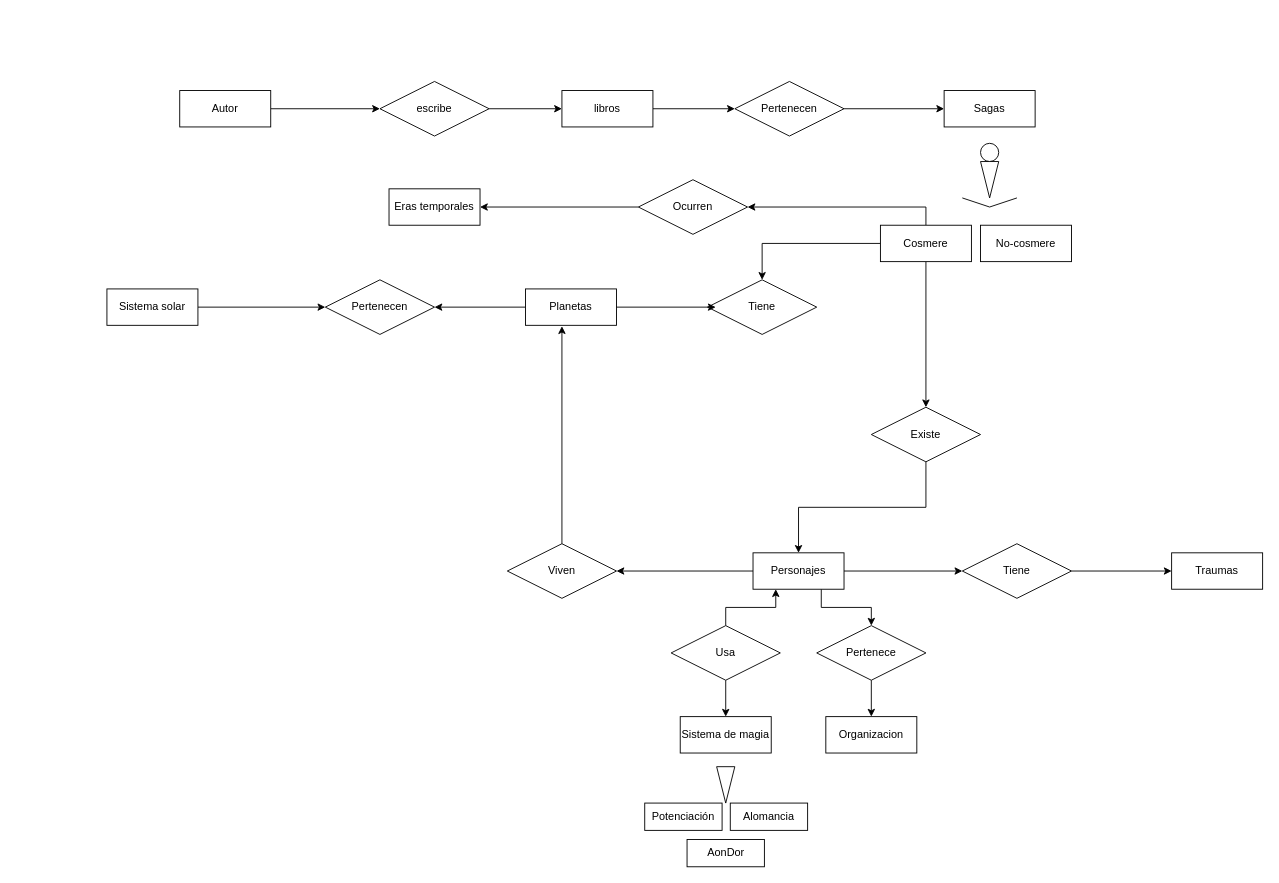
This is Diagrama sin título.drawio from IvanBL8/EntidadRelacionCosmere, a draw.io file, before an edit. Source tidied: cells renumbered, new cells numbered last; positions are measured from the earlier drawing's top-left corner, leaving out a move shared by most shapes. Both pictures are drawn from the tidied source at 91%, with x=0, y=0 at pixel (106, 81).
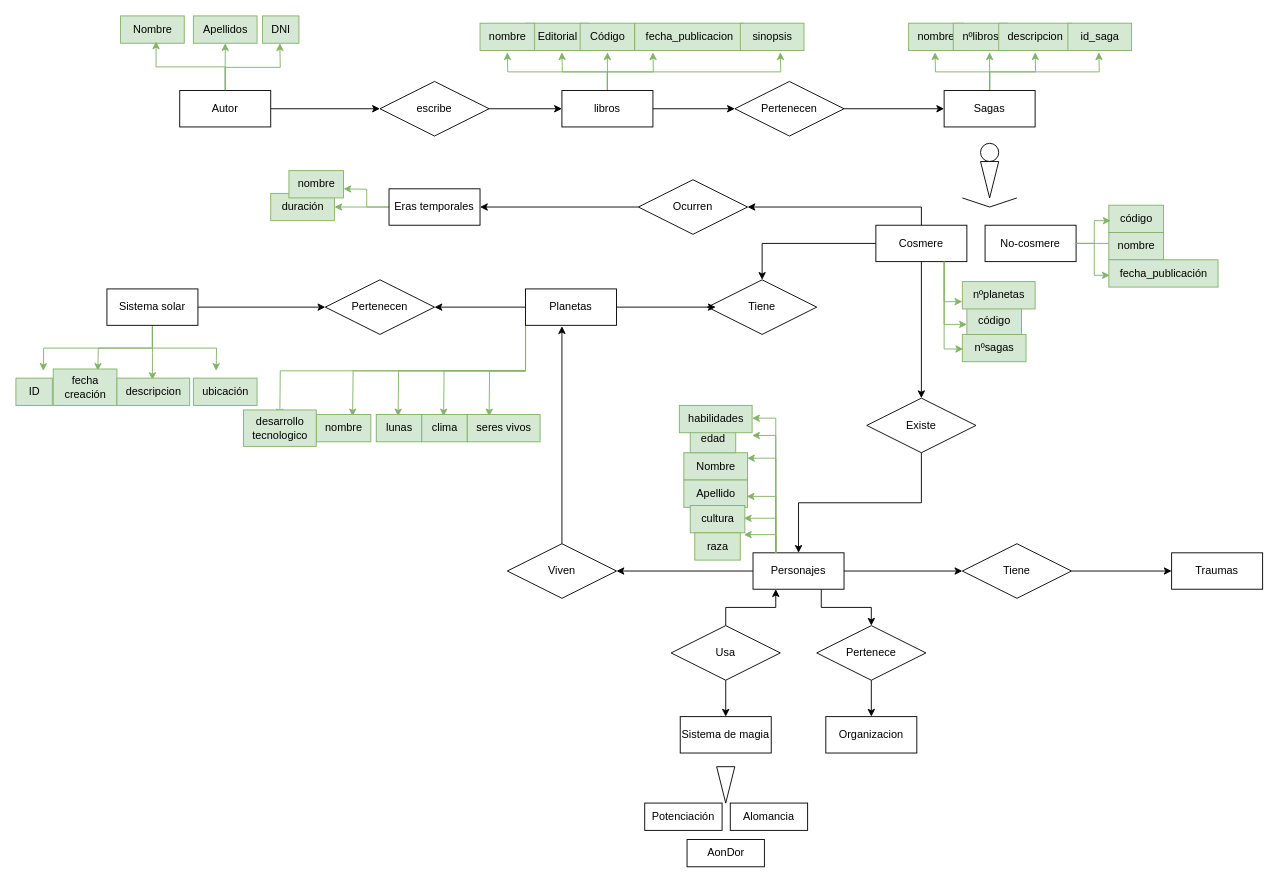
The same page after the edit.

The change refers to these unchanged cells:
```xml
<mxCell id="3" value="Autor" style="whiteSpace=wrap;html=1;align=center;" parent="1" vertex="1">
  <mxGeometry x="80" y="10" width="100" height="40" as="geometry" />
</mxCell>
<mxCell id="7" value="libros" style="whiteSpace=wrap;html=1;align=center;" parent="1" vertex="1">
  <mxGeometry x="500" y="10" width="100" height="40" as="geometry" />
</mxCell>
<mxCell id="10" value="Sagas" style="whiteSpace=wrap;html=1;align=center;" parent="1" vertex="1">
  <mxGeometry x="920" y="10" width="100" height="40" as="geometry" />
</mxCell>
<mxCell id="21" value="Planetas" style="whiteSpace=wrap;html=1;align=center;" parent="1" vertex="1">
  <mxGeometry x="460" y="228" width="100" height="40" as="geometry" />
</mxCell>
<mxCell id="25" value="Sistema solar" style="whiteSpace=wrap;html=1;align=center;" parent="1" vertex="1">
  <mxGeometry y="228" width="100" height="40" as="geometry" />
</mxCell>
<mxCell id="29" value="Personajes" style="whiteSpace=wrap;html=1;align=center;" parent="1" vertex="1">
  <mxGeometry x="710" y="518" width="100" height="40" as="geometry" />
</mxCell>
<mxCell id="42" value="Eras temporales" style="whiteSpace=wrap;html=1;align=center;" parent="1" vertex="1">
  <mxGeometry x="310" y="118" width="100" height="40" as="geometry" />
</mxCell>
```

Change to the diagram source:
```diff
@@
+    <mxCell id="51" style="edgeStyle=orthogonalEdgeStyle;rounded=0;jettySize=auto;html=1;exitX=0.5;exitY=0;exitDx=0;exitDy=0;fillColor=#d5e8d4;strokeColor=#82b366;" parent="1" edge="1" source="3">
+      <mxGeometry relative="1" as="geometry">
+        <mxPoint x="130" y="-42" as="targetPoint" />
+      </mxGeometry>
+    </mxCell>
+    <mxCell id="52" style="edgeStyle=orthogonalEdgeStyle;rounded=0;jettySize=auto;html=1;exitX=0.5;exitY=0;exitDx=0;exitDy=0;fillColor=#d5e8d4;strokeColor=#82b366;" parent="1" edge="1" source="3">
+      <mxGeometry relative="1" as="geometry">
+        <mxPoint x="190" y="-42" as="targetPoint" />
+      </mxGeometry>
+    </mxCell>
@@
+    <mxCell id="53" style="edgeStyle=orthogonalEdgeStyle;rounded=0;jettySize=auto;html=1;exitX=0.5;exitY=0;exitDx=0;exitDy=0;fillColor=#d5e8d4;strokeColor=#82b366;" parent="1" edge="1" source="7">
+      <mxGeometry relative="1" as="geometry">
+        <mxPoint x="550" y="-32" as="targetPoint" />
+      </mxGeometry>
+    </mxCell>
+    <mxCell id="54" style="edgeStyle=orthogonalEdgeStyle;rounded=0;jettySize=auto;html=1;exitX=0.5;exitY=0;exitDx=0;exitDy=0;fillColor=#d5e8d4;strokeColor=#82b366;" parent="1" edge="1" source="7">
+      <mxGeometry relative="1" as="geometry">
+        <mxPoint x="500" y="-32" as="targetPoint" />
+      </mxGeometry>
+    </mxCell>
+    <mxCell id="55" style="edgeStyle=orthogonalEdgeStyle;rounded=0;jettySize=auto;html=1;exitX=0.5;exitY=0;exitDx=0;exitDy=0;fillColor=#d5e8d4;strokeColor=#82b366;" parent="1" edge="1" source="7">
+      <mxGeometry relative="1" as="geometry">
+        <mxPoint x="600" y="-32" as="targetPoint" />
+      </mxGeometry>
+    </mxCell>
+    <mxCell id="56" style="edgeStyle=orthogonalEdgeStyle;rounded=0;jettySize=auto;html=1;exitX=0.5;exitY=0;exitDx=0;exitDy=0;fillColor=#d5e8d4;strokeColor=#82b366;" parent="1" edge="1" source="7">
+      <mxGeometry relative="1" as="geometry">
+        <mxPoint x="440" y="-32" as="targetPoint" />
+      </mxGeometry>
+    </mxCell>
+    <mxCell id="57" style="edgeStyle=orthogonalEdgeStyle;rounded=0;jettySize=auto;html=1;exitX=0.5;exitY=0;exitDx=0;exitDy=0;fillColor=#d5e8d4;strokeColor=#82b366;" parent="1" edge="1" source="7">
+      <mxGeometry relative="1" as="geometry">
+        <mxPoint x="740" y="-32" as="targetPoint" />
+      </mxGeometry>
+    </mxCell>
@@
+    <mxCell id="58" style="edgeStyle=orthogonalEdgeStyle;rounded=0;jettySize=auto;html=1;exitX=0.5;exitY=0;exitDx=0;exitDy=0;fillColor=#d5e8d4;strokeColor=#82b366;" parent="1" edge="1" source="10">
+      <mxGeometry relative="1" as="geometry">
+        <mxPoint x="970" y="-32" as="targetPoint" />
+      </mxGeometry>
+    </mxCell>
+    <mxCell id="59" style="edgeStyle=orthogonalEdgeStyle;rounded=0;jettySize=auto;html=1;exitX=0.5;exitY=0;exitDx=0;exitDy=0;fillColor=#d5e8d4;strokeColor=#82b366;" parent="1" edge="1" source="10">
+      <mxGeometry relative="1" as="geometry">
+        <mxPoint x="910" y="-32" as="targetPoint" />
+      </mxGeometry>
+    </mxCell>
+    <mxCell id="60" style="edgeStyle=orthogonalEdgeStyle;rounded=0;jettySize=auto;html=1;exitX=0.5;exitY=0;exitDx=0;exitDy=0;fillColor=#d5e8d4;strokeColor=#82b366;" parent="1" edge="1" source="10">
+      <mxGeometry relative="1" as="geometry">
+        <mxPoint x="1020" y="-32" as="targetPoint" />
+      </mxGeometry>
+    </mxCell>
+    <mxCell id="61" style="edgeStyle=orthogonalEdgeStyle;rounded=0;jettySize=auto;html=1;exitX=0.5;exitY=0;exitDx=0;exitDy=0;fillColor=#d5e8d4;strokeColor=#82b366;" parent="1" edge="1" source="10">
+      <mxGeometry relative="1" as="geometry">
+        <mxPoint x="1090" y="-32" as="targetPoint" />
+      </mxGeometry>
+    </mxCell>
@@
     <mxCell id="17" value="Cosmere" style="whiteSpace=wrap;html=1;align=center;" parent="1" vertex="1">
-      <mxGeometry x="850" y="158" width="100" height="40" as="geometry" />
+      <mxGeometry x="845" y="158" width="100" height="40" as="geometry" />
     </mxCell>
+    <mxCell id="62" style="edgeStyle=orthogonalEdgeStyle;rounded=0;jettySize=auto;html=1;exitX=1;exitY=0.5;exitDx=0;exitDy=0;fillColor=#d5e8d4;strokeColor=#82b366;" parent="1" edge="1" source="18">
+      <mxGeometry relative="1" as="geometry">
+        <mxPoint x="1110" y="178" as="targetPoint" />
+      </mxGeometry>
+    </mxCell>
     <mxCell id="18" value="No-cosmere" style="whiteSpace=wrap;html=1;align=center;" parent="1" vertex="1">
-      <mxGeometry x="960" y="158" width="100" height="40" as="geometry" />
+      <mxGeometry x="965" y="158" width="100" height="40" as="geometry" />
     </mxCell>
@@
+    <mxCell id="63" style="edgeStyle=orthogonalEdgeStyle;rounded=0;jettySize=auto;html=1;exitX=0;exitY=1;exitDx=0;exitDy=0;fillColor=#d5e8d4;strokeColor=#82b366;" parent="1" edge="1" source="21">
+      <mxGeometry relative="1" as="geometry">
+        <mxPoint x="270" y="368" as="targetPoint" />
+      </mxGeometry>
+    </mxCell>
+    <mxCell id="64" style="edgeStyle=orthogonalEdgeStyle;rounded=0;jettySize=auto;html=1;exitX=0;exitY=1;exitDx=0;exitDy=0;fillColor=#d5e8d4;strokeColor=#82b366;" parent="1" edge="1" source="21">
+      <mxGeometry relative="1" as="geometry">
+        <mxPoint x="320" y="368" as="targetPoint" />
+      </mxGeometry>
+    </mxCell>
+    <mxCell id="65" style="edgeStyle=orthogonalEdgeStyle;rounded=0;jettySize=auto;html=1;exitX=0;exitY=1;exitDx=0;exitDy=0;fillColor=#d5e8d4;strokeColor=#82b366;" parent="1" edge="1" source="21">
+      <mxGeometry relative="1" as="geometry">
+        <mxPoint x="370" y="368" as="targetPoint" />
+      </mxGeometry>
+    </mxCell>
+    <mxCell id="66" style="edgeStyle=orthogonalEdgeStyle;rounded=0;jettySize=auto;html=1;exitX=0;exitY=1;exitDx=0;exitDy=0;fillColor=#d5e8d4;strokeColor=#82b366;" parent="1" edge="1" source="21">
+      <mxGeometry relative="1" as="geometry">
+        <mxPoint x="420" y="368" as="targetPoint" />
+      </mxGeometry>
+    </mxCell>
+    <mxCell id="67" style="edgeStyle=orthogonalEdgeStyle;rounded=0;jettySize=auto;html=1;exitX=0;exitY=1;exitDx=0;exitDy=0;fillColor=#d5e8d4;strokeColor=#82b366;" parent="1" edge="1" source="21">
+      <mxGeometry relative="1" as="geometry">
+        <mxPoint x="190" y="368" as="targetPoint" />
+      </mxGeometry>
+    </mxCell>
@@
+    <mxCell id="68" style="edgeStyle=orthogonalEdgeStyle;rounded=0;jettySize=auto;html=1;exitX=0.5;exitY=1;exitDx=0;exitDy=0;fillColor=#d5e8d4;strokeColor=#82b366;" parent="1" edge="1" source="25">
+      <mxGeometry relative="1" as="geometry">
+        <mxPoint x="50" y="328" as="targetPoint" />
+      </mxGeometry>
+    </mxCell>
+    <mxCell id="69" style="edgeStyle=orthogonalEdgeStyle;rounded=0;jettySize=auto;html=1;exitX=0.5;exitY=1;exitDx=0;exitDy=0;fillColor=#d5e8d4;strokeColor=#82b366;" parent="1" edge="1" source="25">
+      <mxGeometry relative="1" as="geometry">
+        <mxPoint x="-70" y="318" as="targetPoint" />
+      </mxGeometry>
+    </mxCell>
+    <mxCell id="70" style="edgeStyle=orthogonalEdgeStyle;rounded=0;jettySize=auto;html=1;exitX=0.5;exitY=1;exitDx=0;exitDy=0;fillColor=#d5e8d4;strokeColor=#82b366;" parent="1" edge="1" source="25">
+      <mxGeometry relative="1" as="geometry">
+        <mxPoint x="-10" y="318" as="targetPoint" />
+      </mxGeometry>
+    </mxCell>
+    <mxCell id="71" style="edgeStyle=orthogonalEdgeStyle;rounded=0;jettySize=auto;html=1;exitX=0.5;exitY=1;exitDx=0;exitDy=0;fillColor=#d5e8d4;strokeColor=#82b366;" parent="1" edge="1" source="25">
+      <mxGeometry relative="1" as="geometry">
+        <mxPoint x="120" y="318" as="targetPoint" />
+      </mxGeometry>
+    </mxCell>
@@
+    <mxCell id="72" style="edgeStyle=orthogonalEdgeStyle;rounded=0;jettySize=auto;html=1;exitX=0;exitY=0.5;exitDx=0;exitDy=0;fillColor=#d5e8d4;strokeColor=#82b366;" parent="1" edge="1" source="42">
+      <mxGeometry relative="1" as="geometry">
+        <mxPoint x="250" y="138" as="targetPoint" />
+      </mxGeometry>
+    </mxCell>
+    <mxCell id="73" style="edgeStyle=orthogonalEdgeStyle;rounded=0;jettySize=auto;html=1;exitX=0;exitY=0.5;exitDx=0;exitDy=0;fillColor=#d5e8d4;strokeColor=#82b366;" parent="1" edge="1" source="42">
+      <mxGeometry relative="1" as="geometry">
+        <mxPoint x="260" y="118" as="targetPoint" />
+      </mxGeometry>
+    </mxCell>
@@
     <mxCell id="46" value="Existe" style="shape=rhombus;perimeter=rhombusPerimeter;whiteSpace=wrap;html=1;align=center;" parent="1" vertex="1">
-      <mxGeometry x="840" y="358" width="120" height="60" as="geometry" />
+      <mxGeometry x="835" y="348" width="120" height="60" as="geometry" />
     </mxCell>
@@
+    <mxCell id="74" value="Nombre" style="text;html=1;align=center;verticalAlign=middle;points=[];strokeColor=#82b366;fillColor=#d5e8d4;" parent="1" vertex="1">
+      <mxGeometry x="15" y="-72" width="70" height="30" as="geometry" />
+    </mxCell>
+    <mxCell id="75" style="edgeStyle=orthogonalEdgeStyle;rounded=0;jettySize=auto;html=1;exitX=0.5;exitY=0;exitDx=0;exitDy=0;entryX=0.557;entryY=0.933;entryDx=0;entryDy=0;entryPerimeter=0;fillColor=#d5e8d4;strokeColor=#82b366;" parent="1" edge="1" source="3" target="74">
+      <mxGeometry relative="1" as="geometry" />
+    </mxCell>
+    <mxCell id="76" value="Apellidos" style="text;html=1;align=center;verticalAlign=middle;strokeColor=#82b366;fillColor=#d5e8d4;" parent="1" vertex="1">
+      <mxGeometry x="95" y="-72" width="70" height="30" as="geometry" />
+    </mxCell>
+    <mxCell id="77" value="DNI" style="text;html=1;align=center;verticalAlign=middle;strokeColor=#82b366;fillColor=#d5e8d4;" parent="1" vertex="1">
+      <mxGeometry x="171" y="-72" width="40" height="30" as="geometry" />
+    </mxCell>
+    <mxCell id="78" value="Editorial" style="text;html=1;align=center;verticalAlign=middle;strokeColor=#82b366;fillColor=#d5e8d4;" parent="1" vertex="1">
+      <mxGeometry x="460" y="-64" width="70" height="30" as="geometry" />
+    </mxCell>
+    <mxCell id="79" value="Código" style="text;html=1;align=center;verticalAlign=middle;strokeColor=#82b366;fillColor=#d5e8d4;" parent="1" vertex="1">
+      <mxGeometry x="520" y="-64" width="60" height="30" as="geometry" />
+    </mxCell>
+    <mxCell id="80" value="fecha_publicacion" style="text;html=1;align=center;verticalAlign=middle;fillColor=#d5e8d4;strokeColor=#82b366;" parent="1" vertex="1">
+      <mxGeometry x="580" y="-64" width="120" height="30" as="geometry" />
+    </mxCell>
+    <mxCell id="81" value="nombre" style="text;html=1;align=center;verticalAlign=middle;strokeColor=#82b366;fillColor=#d5e8d4;" parent="1" vertex="1">
+      <mxGeometry x="410" y="-64" width="60" height="30" as="geometry" />
+    </mxCell>
+    <mxCell id="82" value="nombre" style="text;html=1;align=center;verticalAlign=middle;strokeColor=#82b366;fillColor=#d5e8d4;" parent="1" vertex="1">
+      <mxGeometry x="881" y="-64" width="60" height="30" as="geometry" />
+    </mxCell>
+    <mxCell id="83" value="nºlibros" style="text;html=1;align=center;verticalAlign=middle;strokeColor=#82b366;fillColor=#d5e8d4;" parent="1" vertex="1">
+      <mxGeometry x="930" y="-64" width="60" height="30" as="geometry" />
+    </mxCell>
+    <mxCell id="84" value="descripcion" style="text;html=1;align=center;verticalAlign=middle;strokeColor=#82b366;fillColor=#d5e8d4;" parent="1" vertex="1">
+      <mxGeometry x="980" y="-64" width="80" height="30" as="geometry" />
+    </mxCell>
+    <mxCell id="85" value="sinopsis" style="text;html=1;align=center;verticalAlign=middle;strokeColor=#82b366;fillColor=#d5e8d4;" parent="1" vertex="1">
+      <mxGeometry x="696" y="-64" width="70" height="30" as="geometry" />
+    </mxCell>
+    <mxCell id="86" value="id_saga" style="text;html=1;align=center;verticalAlign=middle;strokeColor=#82b366;fillColor=#d5e8d4;" parent="1" vertex="1">
+      <mxGeometry x="1056" y="-64" width="70" height="30" as="geometry" />
+    </mxCell>
+    <mxCell id="87" value="nombre" style="text;html=1;align=center;verticalAlign=middle;strokeColor=#82b366;fillColor=#d5e8d4;" parent="1" vertex="1">
+      <mxGeometry x="1101" y="166" width="60" height="30" as="geometry" />
+    </mxCell>
+    <mxCell id="88" value="código" style="text;html=1;align=center;verticalAlign=middle;points=[];strokeColor=#82b366;fillColor=#d5e8d4;" parent="1" vertex="1">
+      <mxGeometry x="1101" y="136" width="60" height="30" as="geometry" />
+    </mxCell>
+    <mxCell id="89" value="fecha_publicación" style="text;html=1;align=center;verticalAlign=middle;points=[];strokeColor=#82b366;fillColor=#d5e8d4;" parent="1" vertex="1">
+      <mxGeometry x="1101" y="196" width="120" height="30" as="geometry" />
+    </mxCell>
+    <mxCell id="90" style="edgeStyle=orthogonalEdgeStyle;rounded=0;jettySize=auto;html=1;exitX=1;exitY=0.5;exitDx=0;exitDy=0;entryX=0.033;entryY=0.567;entryDx=0;entryDy=0;entryPerimeter=0;fillColor=#d5e8d4;strokeColor=#82b366;" parent="1" edge="1" source="18" target="88">
+      <mxGeometry relative="1" as="geometry" />
+    </mxCell>
+    <mxCell id="91" style="edgeStyle=orthogonalEdgeStyle;rounded=0;jettySize=auto;html=1;exitX=1;exitY=0.5;exitDx=0;exitDy=0;entryX=0.008;entryY=0.567;entryDx=0;entryDy=0;entryPerimeter=0;fillColor=#d5e8d4;strokeColor=#82b366;" parent="1" edge="1" source="18" target="89">
+      <mxGeometry relative="1" as="geometry" />
+    </mxCell>
+    <mxCell id="92" value="código" style="text;html=1;align=center;verticalAlign=middle;points=[];strokeColor=#82b366;fillColor=#d5e8d4;" parent="1" vertex="1">
+      <mxGeometry x="945" y="248" width="60" height="30" as="geometry" />
+    </mxCell>
+    <mxCell id="93" style="edgeStyle=orthogonalEdgeStyle;rounded=0;jettySize=auto;html=1;exitX=0.75;exitY=1;exitDx=0;exitDy=0;entryX=0;entryY=0.633;entryDx=0;entryDy=0;entryPerimeter=0;fillColor=#d5e8d4;strokeColor=#82b366;" parent="1" edge="1" source="17" target="92">
+      <mxGeometry relative="1" as="geometry" />
+    </mxCell>
+    <mxCell id="94" value="&lt;div&gt;nºplanetas&lt;/div&gt;" style="text;html=1;align=center;verticalAlign=middle;points=[];strokeColor=#82b366;fillColor=#d5e8d4;" parent="1" vertex="1">
+      <mxGeometry x="940" y="220" width="80" height="30" as="geometry" />
+    </mxCell>
+    <mxCell id="95" value="nºsagas" style="text;html=1;align=center;verticalAlign=middle;points=[];strokeColor=#82b366;fillColor=#d5e8d4;" parent="1" vertex="1">
+      <mxGeometry x="940" y="278" width="70" height="30" as="geometry" />
+    </mxCell>
+    <mxCell id="96" style="edgeStyle=orthogonalEdgeStyle;rounded=0;jettySize=auto;html=1;exitX=0.75;exitY=1;exitDx=0;exitDy=0;entryX=0.014;entryY=0.533;entryDx=0;entryDy=0;entryPerimeter=0;fillColor=#d5e8d4;strokeColor=#82b366;" parent="1" edge="1" source="17" target="95">
+      <mxGeometry relative="1" as="geometry" />
+    </mxCell>
+    <mxCell id="97" style="edgeStyle=orthogonalEdgeStyle;rounded=0;jettySize=auto;html=1;exitX=0.75;exitY=1;exitDx=0;exitDy=0;entryX=0;entryY=0.733;entryDx=0;entryDy=0;entryPerimeter=0;fillColor=#d5e8d4;strokeColor=#82b366;" parent="1" edge="1" source="17" target="94">
+      <mxGeometry relative="1" as="geometry" />
+    </mxCell>
+    <mxCell id="98" value="duración" style="text;html=1;align=center;verticalAlign=middle;strokeColor=#82b366;fillColor=#d5e8d4;" parent="1" vertex="1">
+      <mxGeometry x="180" y="123" width="70" height="30" as="geometry" />
+    </mxCell>
+    <mxCell id="99" value="nombre" style="text;html=1;align=center;verticalAlign=middle;strokeColor=#82b366;fillColor=#d5e8d4;" parent="1" vertex="1">
+      <mxGeometry x="200" y="98" width="60" height="30" as="geometry" />
+    </mxCell>
+    <mxCell id="100" value="nombre" style="text;html=1;align=center;verticalAlign=middle;strokeColor=#82b366;fillColor=#d5e8d4;" parent="1" vertex="1">
+      <mxGeometry x="230" y="366" width="60" height="30" as="geometry" />
+    </mxCell>
+    <mxCell id="101" value="lunas" style="text;html=1;align=center;verticalAlign=middle;strokeColor=#82b366;fillColor=#d5e8d4;" parent="1" vertex="1">
+      <mxGeometry x="296" y="366" width="50" height="30" as="geometry" />
+    </mxCell>
+    <mxCell id="102" value="clima" style="text;html=1;align=center;verticalAlign=middle;strokeColor=#82b366;fillColor=#d5e8d4;" parent="1" vertex="1">
+      <mxGeometry x="346" y="366" width="50" height="30" as="geometry" />
+    </mxCell>
+    <mxCell id="103" value="seres vivos" style="text;html=1;align=center;verticalAlign=middle;strokeColor=#82b366;fillColor=#d5e8d4;" parent="1" vertex="1">
+      <mxGeometry x="396" y="366" width="80" height="30" as="geometry" />
+    </mxCell>
+    <mxCell id="104" value="&lt;div&gt;desarrollo&lt;/div&gt;&lt;div&gt;tecnologico&lt;br&gt;&lt;/div&gt;" style="text;html=1;align=center;verticalAlign=middle;strokeColor=#82b366;fillColor=#d5e8d4;" parent="1" vertex="1">
+      <mxGeometry x="150" y="361" width="80" height="40" as="geometry" />
+    </mxCell>
+    <mxCell id="105" value="ID" style="text;html=1;align=center;verticalAlign=middle;strokeColor=#82b366;fillColor=#d5e8d4;" parent="1" vertex="1">
+      <mxGeometry x="-100" y="326" width="40" height="30" as="geometry" />
+    </mxCell>
+    <mxCell id="106" value="&lt;div&gt;fecha&lt;/div&gt;&lt;div&gt;creación&lt;br&gt;&lt;/div&gt;" style="text;html=1;align=center;verticalAlign=middle;strokeColor=#82b366;fillColor=#d5e8d4;" parent="1" vertex="1">
+      <mxGeometry x="-59" y="316" width="70" height="40" as="geometry" />
+    </mxCell>
+    <mxCell id="107" value="descripcion" style="text;html=1;align=center;verticalAlign=middle;strokeColor=#82b366;fillColor=#d5e8d4;" parent="1" vertex="1">
+      <mxGeometry x="11" y="326" width="80" height="30" as="geometry" />
+    </mxCell>
+    <mxCell id="108" value="ubicación" style="text;html=1;align=center;verticalAlign=middle;strokeColor=#82b366;fillColor=#d5e8d4;" parent="1" vertex="1">
+      <mxGeometry x="95" y="326" width="70" height="30" as="geometry" />
+    </mxCell>
+    <mxCell id="109" value="Nombre" style="text;html=1;align=center;verticalAlign=middle;points=[];strokeColor=#82b366;fillColor=#d5e8d4;" parent="1" vertex="1">
+      <mxGeometry x="634" y="408" width="70" height="30" as="geometry" />
+    </mxCell>
+    <mxCell id="110" value="Apellido" style="text;html=1;align=center;verticalAlign=middle;points=[];strokeColor=#82b366;fillColor=#d5e8d4;" parent="1" vertex="1">
+      <mxGeometry x="634" y="438" width="70" height="30" as="geometry" />
+    </mxCell>
+    <mxCell id="111" value="cultura" style="text;html=1;align=center;verticalAlign=middle;points=[];strokeColor=#82b366;fillColor=#d5e8d4;" parent="1" vertex="1">
+      <mxGeometry x="641" y="466" width="60" height="30" as="geometry" />
+    </mxCell>
+    <mxCell id="112" value="raza" style="text;html=1;align=center;verticalAlign=middle;strokeColor=#82b366;fillColor=#d5e8d4;" parent="1" vertex="1">
+      <mxGeometry x="646" y="496" width="50" height="30" as="geometry" />
+    </mxCell>
+    <mxCell id="113" style="edgeStyle=orthogonalEdgeStyle;rounded=0;jettySize=auto;html=1;exitX=0.25;exitY=0;exitDx=0;exitDy=0;entryX=0.993;entryY=0.2;entryDx=0;entryDy=0;entryPerimeter=0;fillColor=#d5e8d4;strokeColor=#82b366;" parent="1" edge="1" source="29" target="109">
+      <mxGeometry relative="1" as="geometry" />
+    </mxCell>
+    <mxCell id="114" style="edgeStyle=orthogonalEdgeStyle;rounded=0;jettySize=auto;html=1;exitX=0.25;exitY=0;exitDx=0;exitDy=0;entryX=0.986;entryY=0.6;entryDx=0;entryDy=0;entryPerimeter=0;fillColor=#d5e8d4;strokeColor=#82b366;" parent="1" edge="1" source="29" target="110">
+      <mxGeometry relative="1" as="geometry" />
+    </mxCell>
+    <mxCell id="115" style="edgeStyle=orthogonalEdgeStyle;rounded=0;jettySize=auto;html=1;exitX=0.25;exitY=0;exitDx=0;exitDy=0;entryX=0.983;entryY=0.467;entryDx=0;entryDy=0;entryPerimeter=0;fillColor=#d5e8d4;strokeColor=#82b366;" parent="1" edge="1" source="29" target="111">
+      <mxGeometry relative="1" as="geometry" />
+    </mxCell>
+    <mxCell id="116" style="edgeStyle=orthogonalEdgeStyle;rounded=0;jettySize=auto;html=1;exitX=0.25;exitY=0;exitDx=0;exitDy=0;entryX=0.983;entryY=1.067;entryDx=0;entryDy=0;entryPerimeter=0;fillColor=#d5e8d4;strokeColor=#82b366;" parent="1" edge="1" source="29" target="111">
+      <mxGeometry relative="1" as="geometry" />
+    </mxCell>
+    <mxCell id="117" value="edad" style="text;html=1;align=center;verticalAlign=middle;strokeColor=#82b366;fillColor=#d5e8d4;" parent="1" vertex="1">
+      <mxGeometry x="641" y="378" width="50" height="30" as="geometry" />
+    </mxCell>
+    <mxCell id="118" value="habilidades" style="text;html=1;align=center;verticalAlign=middle;points=[];strokeColor=#82b366;fillColor=#d5e8d4;" parent="1" vertex="1">
+      <mxGeometry x="629" y="356" width="80" height="30" as="geometry" />
+    </mxCell>
+    <mxCell id="119" style="edgeStyle=orthogonalEdgeStyle;rounded=0;jettySize=auto;html=1;exitX=0.25;exitY=0;exitDx=0;exitDy=0;entryX=1;entryY=0.467;entryDx=0;entryDy=0;entryPerimeter=0;fillColor=#d5e8d4;strokeColor=#82b366;" parent="1" edge="1" source="29" target="118">
+      <mxGeometry relative="1" as="geometry" />
+    </mxCell>
+    <mxCell id="120" style="edgeStyle=orthogonalEdgeStyle;rounded=0;jettySize=auto;html=1;exitX=0.25;exitY=0;exitDx=0;exitDy=0;entryX=1;entryY=1.1;entryDx=0;entryDy=0;entryPerimeter=0;fillColor=#d5e8d4;strokeColor=#82b366;" parent="1" edge="1" source="29" target="118">
+      <mxGeometry relative="1" as="geometry" />
+    </mxCell>
```
